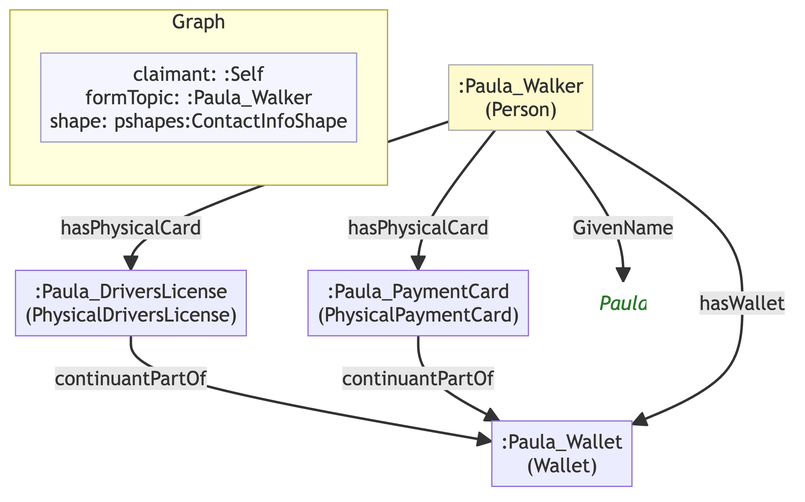
This is example/graphs/images/graph-108.png from MeeFoundation/pod-ontologies, a Mermaid export, as it was before one commit. Its source is kept beside it as example/graphs/images/graph-108.mmd. Its diagram source:
```mermaid
flowchart TD
    classDef person fill:#fffacd,stroke:#aaa,color:#333
    classDef org    fill:#cce5ff,stroke:#aaa,color:#333
    classDef service fill:#e6e6e6,stroke:#aaa,color:#333
    classDef lit    fill:none,stroke:none,font-style:italic,color:#2a7a2a
    classDef meta   fill:#f5f5ff,stroke:#9999cc,color:#333

    subgraph ctx["Graph"]
        direction LR
        ctx_meta["claimant: :Self\nformTopic: :Paula_Walker\nshape: pshapes:ContactInfoShape"]:::meta
    end

    n1d7e95f2a0b8[":Paula_DriversLicense\n(PhysicalDriversLicense)"]
    n7c2a346dbe9e[":Paula_Wallet\n(Wallet)"]
    na5ee14d8129a[":Paula_PaymentCard\n(PhysicalPaymentCard)"]
    n0a19bd2dbd74[":Paula_Walker\n(Person)"]:::person
    n0e3e62db5889("Paula"):::lit

    n1d7e95f2a0b8 -->|"continuantPartOf"| n7c2a346dbe9e
    na5ee14d8129a -->|"continuantPartOf"| n7c2a346dbe9e
    n0a19bd2dbd74 -->|"GivenName"| n0e3e62db5889
    n0a19bd2dbd74 -->|"hasWallet"| n7c2a346dbe9e
    n0a19bd2dbd74 -->|"hasPhysicalCard"| n1d7e95f2a0b8
    n0a19bd2dbd74 -->|"hasPhysicalCard"| na5ee14d8129a
```
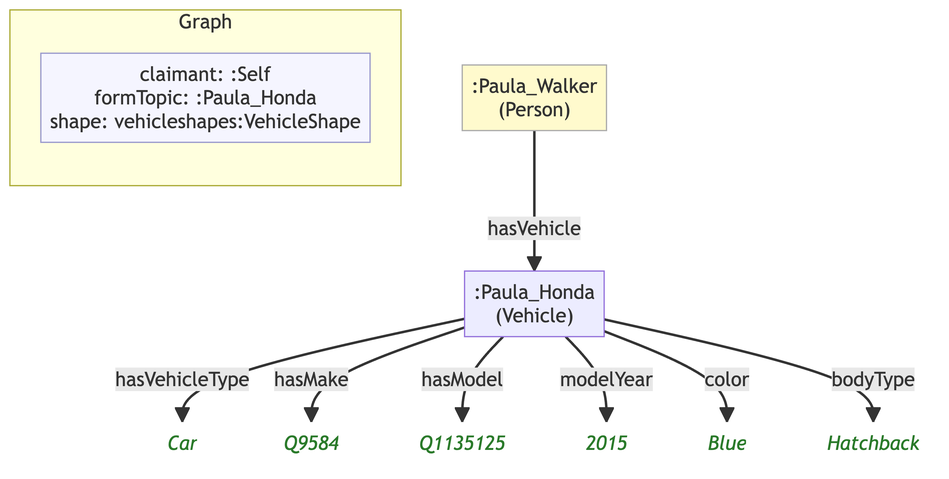
The same file after the commit.

Commit message:
Make Paula's Things pod about her car; draw spaces as grey panels

The edit, as a diff of the source:
```diff
@@ -7,18 +7,22 @@
 
     subgraph ctx["Graph"]
         direction LR
-        ctx_meta["claimant: :Self\nformTopic: :Paula_Walker\nshape: pshapes:ContactInfoShape"]:::meta
+        ctx_meta["claimant: :Self\nformTopic: :Paula_Honda\nshape: vehicleshapes:VehicleShape"]:::meta
     end
 
-    n1d7e95f2a0b8[":Paula_DriversLicense\n(PhysicalDriversLicense)"]
-    n7c2a346dbe9e[":Paula_Wallet\n(Wallet)"]
-    na5ee14d8129a[":Paula_PaymentCard\n(PhysicalPaymentCard)"]
+    n13e757bc53ad[":Paula_Honda\n(Vehicle)"]
+    nd87e43c75de4("Car"):::lit
+    nec4a85fb5780("Q9584"):::lit
+    ne80b37a7ad33("Q1135125"):::lit
+    n2fe1419ba081("2015"):::lit
+    n817b1cfb0415("Blue"):::lit
+    n4b165108c359("Hatchback"):::lit
     n0a19bd2dbd74[":Paula_Walker\n(Person)"]:::person
-    n0e3e62db5889("Paula"):::lit
 
-    n1d7e95f2a0b8 -->|"continuantPartOf"| n7c2a346dbe9e
-    na5ee14d8129a -->|"continuantPartOf"| n7c2a346dbe9e
-    n0a19bd2dbd74 -->|"GivenName"| n0e3e62db5889
-    n0a19bd2dbd74 -->|"hasWallet"| n7c2a346dbe9e
-    n0a19bd2dbd74 -->|"hasPhysicalCard"| n1d7e95f2a0b8
-    n0a19bd2dbd74 -->|"hasPhysicalCard"| na5ee14d8129a
+    n13e757bc53ad -->|"hasVehicleType"| nd87e43c75de4
+    n13e757bc53ad -->|"hasMake"| nec4a85fb5780
+    n13e757bc53ad -->|"hasModel"| ne80b37a7ad33
+    n13e757bc53ad -->|"modelYear"| n2fe1419ba081
+    n13e757bc53ad -->|"color"| n817b1cfb0415
+    n13e757bc53ad -->|"bodyType"| n4b165108c359
+    n0a19bd2dbd74 -->|"hasVehicle"| n13e757bc53ad
```
